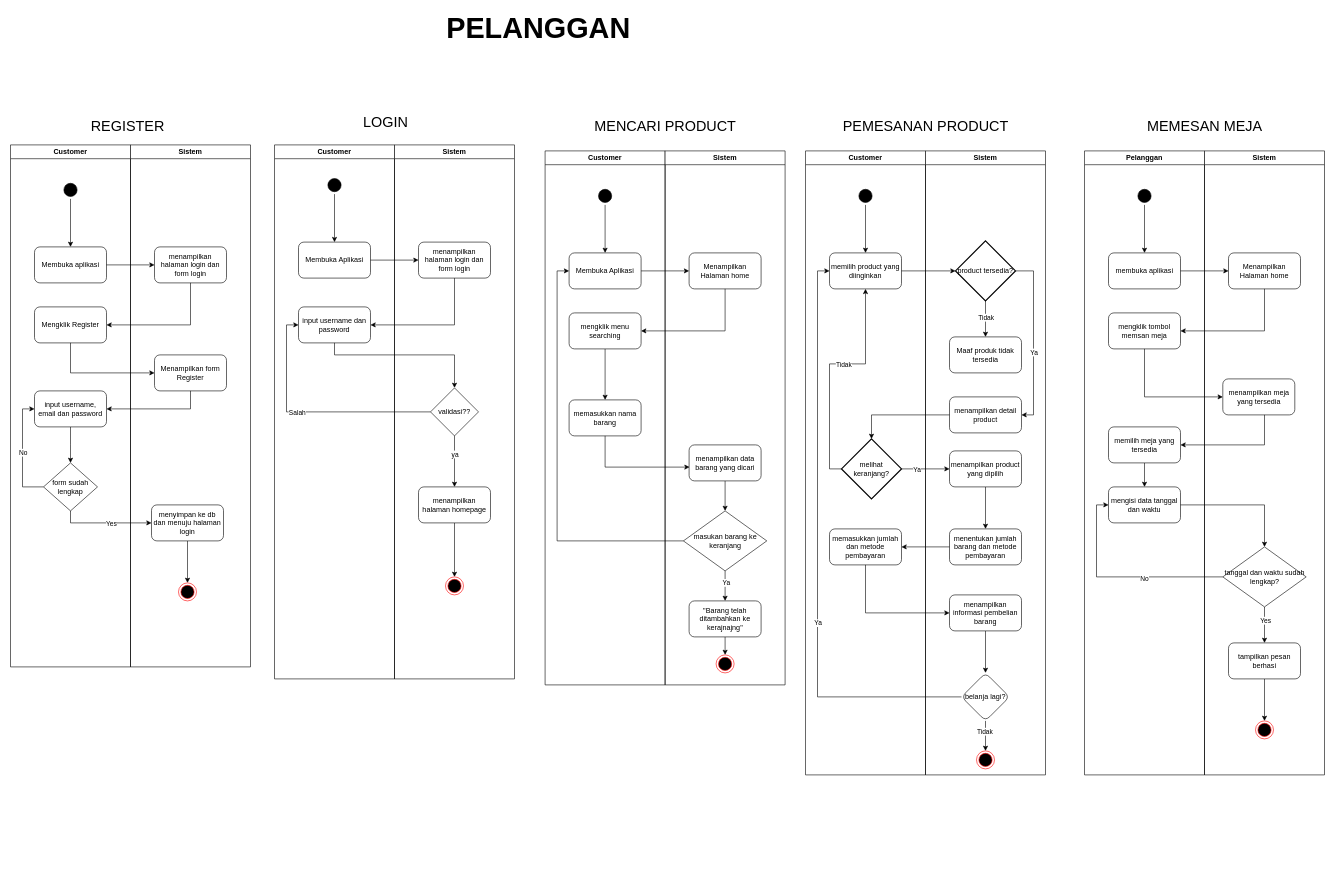
Before: page "Halaman-7" (6 of 6) of Diagram Tanpa Judul.drawio in bayuxxx/pemrograman-web, a draw.io diagram. Source tidied: cells renumbered, new cells numbered last; positions are measured from the earlier drawing's top-left corner, leaving out a move shared by most shapes. Both pictures are drawn from the tidied source at 60%, with x=0, y=0 at pixel (10, 19).
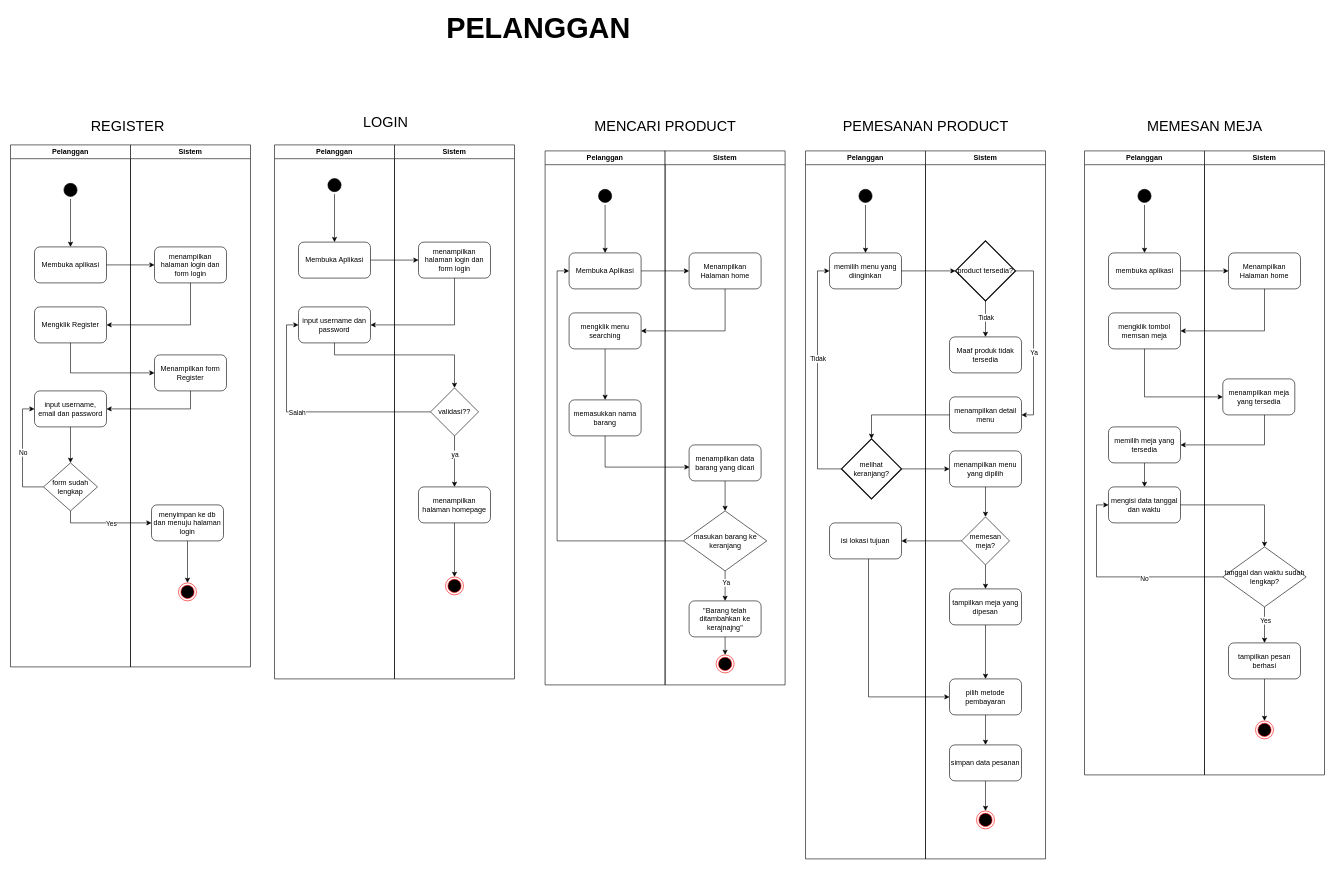
The same page after the edit.

Unchanged cells that the change refers to:
```xml
<mxCell id="61" value="melihat keranjang?" style="strokeWidth=2;html=1;shape=mxgraph.flowchart.decision;whiteSpace=wrap;" parent="55" vertex="1">
  <mxGeometry x="60" y="480" width="100" height="100" as="geometry" />
</mxCell>
```

The edit, as a diff of the source:
```diff
@@
-    <mxCell id="2" value="Customer" style="swimlane;whiteSpace=wrap;html=1;" parent="1" vertex="1">
+    <mxCell id="2" value="Pelanggan" style="swimlane;whiteSpace=wrap;html=1;" parent="1" vertex="1">
       <mxGeometry y="210" width="200" height="870" as="geometry" />
     </mxCell>
@@
-    <mxCell id="17" value="Customer" style="swimlane;whiteSpace=wrap;html=1;" parent="1" vertex="1">
+    <mxCell id="17" value="Pelanggan" style="swimlane;whiteSpace=wrap;html=1;" parent="1" vertex="1">
       <mxGeometry x="440" y="210" width="200" height="890" as="geometry" />
     </mxCell>
@@
-    <mxCell id="34" value="Customer" style="swimlane;whiteSpace=wrap;html=1;" parent="1" vertex="1">
+    <mxCell id="34" value="Pelanggan" style="swimlane;whiteSpace=wrap;html=1;" parent="1" vertex="1">
       <mxGeometry x="891" y="220" width="200" height="890" as="geometry" />
     </mxCell>
@@
-    <mxCell id="55" value="Customer" style="swimlane;whiteSpace=wrap;html=1;" parent="1" vertex="1">
-      <mxGeometry x="1325" y="220" width="200" height="1040" as="geometry" />
+    <mxCell id="55" value="Pelanggan" style="swimlane;whiteSpace=wrap;html=1;" parent="1" vertex="1">
+      <mxGeometry x="1325" y="220" width="200" height="1180" as="geometry" />
     </mxCell>
-    <mxCell id="56" value="memilih product yang diinginkan" style="rounded=1;whiteSpace=wrap;html=1;" parent="55" vertex="1">
+    <mxCell id="56" value="memilih menu yang diinginkan" style="rounded=1;whiteSpace=wrap;html=1;" parent="55" vertex="1">
       <mxGeometry x="40" y="170" width="120" height="60" as="geometry" />
     </mxCell>
@@
-    <mxCell id="59" style="edgeStyle=orthogonalEdgeStyle;rounded=0;jettySize=auto;html=1;exitX=0;exitY=0.5;exitDx=0;exitDy=0;exitPerimeter=0;entryX=0.5;entryY=1;entryDx=0;entryDy=0;" parent="55" edge="1" source="61" target="56">
+    <mxCell id="59" style="edgeStyle=orthogonalEdgeStyle;rounded=0;jettySize=auto;html=1;exitX=0;exitY=0.5;exitDx=0;exitDy=0;exitPerimeter=0;entryX=0;entryY=0.5;entryDx=0;entryDy=0;" parent="55" edge="1" source="61" target="56">
       <mxGeometry relative="1" as="geometry" />
     </mxCell>
@@
-    <mxCell id="62" value="memasukkan jumlah dan metode pembayaran" style="rounded=1;whiteSpace=wrap;html=1;" parent="55" vertex="1">
-      <mxGeometry x="40" y="630" width="120" height="60" as="geometry" />
-    </mxCell>
+    <mxCell id="126" value="isi lokasi tujuan" style="rounded=1;whiteSpace=wrap;html=1;" parent="55" vertex="1">
+      <mxGeometry x="40" y="620" width="120" height="60" as="geometry" />
+    </mxCell>
     <mxCell id="63" value="Sistem" style="swimlane;whiteSpace=wrap;html=1;" parent="1" vertex="1">
-      <mxGeometry x="1525" y="220" width="200" height="1040" as="geometry" />
+      <mxGeometry x="1525" y="220" width="200" height="1180" as="geometry" />
     </mxCell>
     <mxCell id="64" style="ellipse;html=1;shape=endState;fillColor=#000000;strokeColor=#ff0000;" parent="63" vertex="1">
-      <mxGeometry x="85" y="1000" width="30" height="30" as="geometry" />
+      <mxGeometry x="85" y="1100" width="30" height="30" as="geometry" />
     </mxCell>
@@
-    <mxCell id="71" value="menampilkan detail product" style="rounded=1;whiteSpace=wrap;html=1;" parent="63" vertex="1">
+    <mxCell id="71" value="menampilkan detail menu" style="rounded=1;whiteSpace=wrap;html=1;" parent="63" vertex="1">
       <mxGeometry x="40" y="410" width="120" height="60" as="geometry" />
     </mxCell>
-    <mxCell id="72" value="menentukan jumlah barang dan metode pembayaran" style="rounded=1;whiteSpace=wrap;html=1;" parent="63" vertex="1">
-      <mxGeometry x="40" y="630" width="120" height="60" as="geometry" />
-    </mxCell>
-    <mxCell id="73" style="edgeStyle=orthogonalEdgeStyle;rounded=0;jettySize=auto;html=1;" parent="63" edge="1" source="74" target="72">
-      <mxGeometry relative="1" as="geometry" />
-    </mxCell>
+    <mxCell id="127" style="edgeStyle=orthogonalEdgeStyle;rounded=0;jettySize=auto;html=1;entryX=0.5;entryY=0;entryDx=0;entryDy=0;" parent="63" edge="1" source="74" target="129">
+      <mxGeometry relative="1" as="geometry" />
+    </mxCell>
-    <mxCell id="74" value="menampilkan product yang dipilih" style="rounded=1;whiteSpace=wrap;html=1;" parent="63" vertex="1">
+    <mxCell id="74" value="menampilkan menu yang dipilih" style="rounded=1;whiteSpace=wrap;html=1;" parent="63" vertex="1">
       <mxGeometry x="40" y="500" width="120" height="60" as="geometry" />
     </mxCell>
-    <mxCell id="75" style="edgeStyle=orthogonalEdgeStyle;rounded=0;jettySize=auto;html=1;" parent="63" edge="1" source="76" target="79">
-      <mxGeometry relative="1" as="geometry" />
-    </mxCell>
-    <mxCell id="76" value="menampilkan informasi pembelian barang" style="rounded=1;whiteSpace=wrap;html=1;" parent="63" vertex="1">
-      <mxGeometry x="40" y="740" width="120" height="60" as="geometry" />
-    </mxCell>
-    <mxCell id="77" style="edgeStyle=orthogonalEdgeStyle;rounded=0;jettySize=auto;html=1;exitX=0.5;exitY=1;exitDx=0;exitDy=0;entryX=0.5;entryY=0;entryDx=0;entryDy=0;" parent="63" edge="1" source="79" target="64">
-      <mxGeometry relative="1" as="geometry" />
-    </mxCell>
-    <mxCell id="78" value="Tidak" style="edgeLabel;html=1;align=center;verticalAlign=middle;" parent="77" vertex="1">
-      <mxGeometry x="-0.33" y="-2" relative="1" as="geometry" />
-    </mxCell>
-    <mxCell id="79" value="belanja lagi?" style="rhombus;whiteSpace=wrap;html=1;rounded=1;" parent="63" vertex="1">
-      <mxGeometry x="60" y="870" width="80" height="80" as="geometry" />
-    </mxCell>
+    <mxCell id="128" style="edgeStyle=orthogonalEdgeStyle;rounded=0;jettySize=auto;html=1;entryX=0.5;entryY=0;entryDx=0;entryDy=0;" parent="63" edge="1" source="129" target="131">
+      <mxGeometry relative="1" as="geometry" />
+    </mxCell>
+    <mxCell id="129" value="memesan meja?" style="rhombus;whiteSpace=wrap;html=1;" parent="63" vertex="1">
+      <mxGeometry x="60" y="610" width="80" height="80" as="geometry" />
+    </mxCell>
+    <mxCell id="130" style="edgeStyle=orthogonalEdgeStyle;rounded=0;jettySize=auto;html=1;entryX=0.5;entryY=0;entryDx=0;entryDy=0;" parent="63" edge="1" source="131" target="133">
+      <mxGeometry relative="1" as="geometry" />
+    </mxCell>
+    <mxCell id="131" value="tampilkan meja yang dipesan" style="rounded=1;whiteSpace=wrap;html=1;" parent="63" vertex="1">
+      <mxGeometry x="40" y="730" width="120" height="60" as="geometry" />
+    </mxCell>
+    <mxCell id="132" style="edgeStyle=orthogonalEdgeStyle;rounded=0;jettySize=auto;html=1;entryX=0.5;entryY=0;entryDx=0;entryDy=0;" parent="63" edge="1" source="133" target="135">
+      <mxGeometry relative="1" as="geometry" />
+    </mxCell>
+    <mxCell id="133" value="pilih metode pembayaran" style="rounded=1;whiteSpace=wrap;html=1;" parent="63" vertex="1">
+      <mxGeometry x="40" y="880" width="120" height="60" as="geometry" />
+    </mxCell>
+    <mxCell id="134" style="edgeStyle=orthogonalEdgeStyle;rounded=0;jettySize=auto;html=1;entryX=0.5;entryY=0;entryDx=0;entryDy=0;" parent="63" edge="1" source="135" target="64">
+      <mxGeometry relative="1" as="geometry" />
+    </mxCell>
+    <mxCell id="135" value="simpan data pesanan" style="rounded=1;whiteSpace=wrap;html=1;" parent="63" vertex="1">
+      <mxGeometry x="40" y="990" width="120" height="60" as="geometry" />
+    </mxCell>
@@
-    <mxCell id="82" style="edgeStyle=orthogonalEdgeStyle;rounded=0;jettySize=auto;html=1;exitX=1;exitY=0.5;exitDx=0;exitDy=0;exitPerimeter=0;entryX=0;entryY=0.5;entryDx=0;entryDy=0;" parent="1" edge="1" source="61" target="74">
-      <mxGeometry relative="1" as="geometry" />
-    </mxCell>
-    <mxCell id="83" value="Ya" style="edgeLabel;html=1;align=center;verticalAlign=middle;" parent="82" vertex="1">
-      <mxGeometry x="-0.37" y="-3" relative="1" as="geometry">
-        <mxPoint y="-3" as="offset" />
-      </mxGeometry>
-    </mxCell>
-    <mxCell id="84" style="edgeStyle=orthogonalEdgeStyle;rounded=0;jettySize=auto;html=1;" parent="1" edge="1" source="72">
-      <mxGeometry relative="1" as="geometry">
-        <mxPoint x="1485" y="880" as="targetPoint" />
-      </mxGeometry>
-    </mxCell>
-    <mxCell id="85" style="edgeStyle=orthogonalEdgeStyle;rounded=0;jettySize=auto;html=1;exitX=0.5;exitY=1;exitDx=0;exitDy=0;entryX=0;entryY=0.5;entryDx=0;entryDy=0;" parent="1" edge="1" source="62" target="76">
-      <mxGeometry relative="1" as="geometry" />
-    </mxCell>
-    <mxCell id="86" style="edgeStyle=orthogonalEdgeStyle;rounded=0;jettySize=auto;html=1;exitX=0;exitY=0.5;exitDx=0;exitDy=0;entryX=0;entryY=0.5;entryDx=0;entryDy=0;" parent="1" edge="1" source="79" target="56">
-      <mxGeometry relative="1" as="geometry" />
-    </mxCell>
-    <mxCell id="87" value="Ya" style="edgeLabel;html=1;align=center;verticalAlign=middle;" parent="86" vertex="1">
-      <mxGeometry x="-0.25" relative="1" as="geometry" />
-    </mxCell>
@@
+    <mxCell id="82" style="edgeStyle=orthogonalEdgeStyle;rounded=0;jettySize=auto;html=1;entryX=0;entryY=0.5;entryDx=0;entryDy=0;" parent="1" edge="1" source="61" target="74">
+      <mxGeometry relative="1" as="geometry" />
+    </mxCell>
+    <mxCell id="136" style="edgeStyle=orthogonalEdgeStyle;rounded=0;jettySize=auto;html=1;entryX=1;entryY=0.5;entryDx=0;entryDy=0;" parent="1" edge="1" source="129" target="126">
+      <mxGeometry relative="1" as="geometry" />
+    </mxCell>
+    <mxCell id="137" style="edgeStyle=orthogonalEdgeStyle;rounded=0;jettySize=auto;html=1;entryX=0;entryY=0.5;entryDx=0;entryDy=0;" parent="1" edge="1" source="126" target="133">
+      <mxGeometry relative="1" as="geometry">
+        <Array as="points">
+          <mxPoint x="1430" y="1130" />
+        </Array>
+      </mxGeometry>
+    </mxCell>
```
